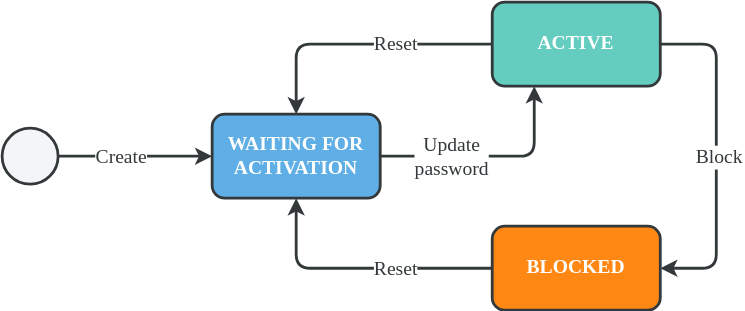
This is doc/modules/working_principles/assets/images/authentication_state_flow.svg from Blickfeld/blickfeld-qb2, a draw.io export, as it was before one commit. Source tidied: cells renumbered, new cells last; positions are measured from the earlier drawing's top-left corner, leaving out a move shared by most shapes.
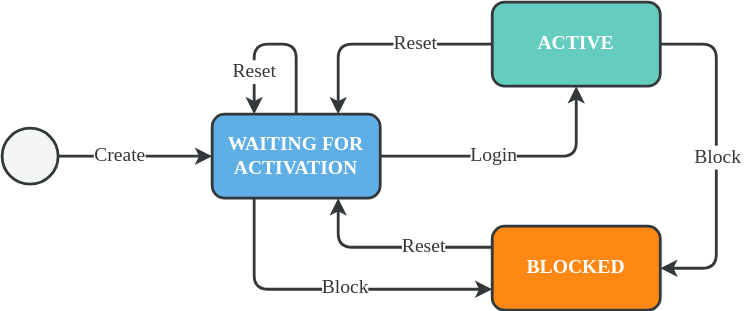
After the commit.

The edit, as a diff of the source:
```diff
@@ -2,7 +2,7 @@
   <root>
     <mxCell id="0" />
     <mxCell id="1" parent="0" />
-    <mxCell id="2" style="edgeStyle=orthogonalEdgeStyle;rounded=1;jettySize=auto;html=1;entryX=0.5;entryY=0;entryDx=0;entryDy=0;strokeColor=#33383A;strokeWidth=2;fontFamily=Montserrat;fontSize=14;fillColor=#F4F5F6;" parent="1" edge="1" source="6" target="9">
+    <mxCell id="2" style="edgeStyle=orthogonalEdgeStyle;rounded=1;jettySize=auto;html=1;entryX=0.75;entryY=0;entryDx=0;entryDy=0;strokeColor=#33383A;strokeWidth=2;fontFamily=Montserrat;fontSize=14;fillColor=#F4F5F6;" parent="1" edge="1" source="6" target="9">
       <mxGeometry relative="1" as="geometry" />
     </mxCell>
     <mxCell id="3" value="Reset" style="edgeLabel;html=1;align=center;verticalAlign=middle;fontSize=14;fontFamily=Montserrat;fontColor=#33383A;spacingLeft=2;spacingRight=2;spacingTop=2;spacingBottom=2;" parent="2" vertex="1">
@@ -26,18 +26,26 @@
     <mxCell id="6" value="&lt;font style=&quot;font-size: 14px;&quot;&gt;&lt;b&gt;ACTIVE&lt;/b&gt;&lt;/font&gt;" style="rounded=1;whiteSpace=wrap;html=1;strokeColor=#33383A;strokeWidth=2;fontFamily=Montserrat;fontColor=#FFFFFF;fillColor=#64CDBF;" parent="1" vertex="1">
       <mxGeometry x="350" width="120" height="60" as="geometry" />
     </mxCell>
-    <mxCell id="7" style="edgeStyle=orthogonalEdgeStyle;rounded=1;jettySize=auto;html=1;exitX=1;exitY=0.5;exitDx=0;exitDy=0;entryX=0.25;entryY=1;entryDx=0;entryDy=0;strokeColor=#33383A;strokeWidth=2;fontFamily=Montserrat;fontSize=14;fillColor=#F4F5F6;" parent="1" edge="1" source="9" target="6">
+    <mxCell id="7" style="edgeStyle=orthogonalEdgeStyle;rounded=1;jettySize=auto;html=1;exitX=1;exitY=0.5;exitDx=0;exitDy=0;strokeColor=#33383A;strokeWidth=2;fontFamily=Montserrat;fontSize=14;fillColor=#F4F5F6;" parent="1" edge="1" source="9" target="6">
       <mxGeometry relative="1" as="geometry" />
     </mxCell>
-    <mxCell id="8" value="Update&lt;br&gt;password" style="edgeLabel;html=1;align=center;verticalAlign=middle;fontSize=14;fontFamily=Montserrat;fontColor=#33383A;spacingLeft=2;spacingRight=2;spacingTop=2;spacingBottom=2;" parent="7" vertex="1">
+    <mxCell id="8" value="Login" style="edgeLabel;html=1;align=center;verticalAlign=middle;fontSize=14;fontFamily=Montserrat;fontColor=#33383A;spacingLeft=2;spacingRight=2;spacingTop=2;spacingBottom=2;" parent="7" vertex="1">
       <mxGeometry x="-0.59" y="1" relative="1" as="geometry">
-        <mxPoint x="17" y="1" as="offset" />
+        <mxPoint x="41" y="1" as="offset" />
       </mxGeometry>
     </mxCell>
+    <mxCell id="16" style="edgeStyle=orthogonalEdgeStyle;rounded=1;jettySize=auto;html=1;exitX=0.25;exitY=1;exitDx=0;exitDy=0;entryX=0;entryY=0.75;entryDx=0;entryDy=0;strokeColor=#33383A;strokeWidth=2;fontFamily=Montserrat;fillColor=#F4F5F6;" parent="1" edge="1" source="9" target="12">
+      <mxGeometry relative="1" as="geometry" />
+    </mxCell>
+    <mxCell id="17" value="Block" style="edgeLabel;html=1;align=center;verticalAlign=middle;fontFamily=Montserrat;fontColor=#33383A;fontSize=14;" parent="16" vertex="1">
+      <mxGeometry x="0.02" y="-3" relative="1" as="geometry">
+        <mxPoint x="10" y="-4" as="offset" />
+      </mxGeometry>
+    </mxCell>
     <mxCell id="9" value="&lt;font style=&quot;font-size: 14px;&quot;&gt;&lt;b&gt;WAITING FOR ACTIVATION&lt;/b&gt;&lt;/font&gt;" style="rounded=1;whiteSpace=wrap;html=1;strokeColor=#33383A;strokeWidth=2;fontFamily=Montserrat;fontColor=#FFFFFF;fillColor=#5FAFE6;" parent="1" vertex="1">
       <mxGeometry x="150" y="80" width="120" height="60" as="geometry" />
     </mxCell>
-    <mxCell id="10" style="edgeStyle=orthogonalEdgeStyle;rounded=1;jettySize=auto;html=1;exitX=0;exitY=0.5;exitDx=0;exitDy=0;entryX=0.5;entryY=1;entryDx=0;entryDy=0;strokeColor=#33383A;strokeWidth=2;fontFamily=Montserrat;fontSize=14;fillColor=#F4F5F6;" parent="1" edge="1" source="12" target="9">
+    <mxCell id="10" style="edgeStyle=orthogonalEdgeStyle;rounded=1;jettySize=auto;html=1;exitX=0;exitY=0.25;exitDx=0;exitDy=0;entryX=0.75;entryY=1;entryDx=0;entryDy=0;strokeColor=#33383A;strokeWidth=2;fontFamily=Montserrat;fontSize=14;fillColor=#F4F5F6;" parent="1" edge="1" source="12" target="9">
       <mxGeometry relative="1" as="geometry" />
     </mxCell>
     <mxCell id="11" value="Reset" style="edgeLabel;html=1;align=center;verticalAlign=middle;fontSize=14;fontFamily=Montserrat;fontColor=#33383A;spacingLeft=2;spacingRight=2;spacingTop=2;spacingBottom=2;" parent="10" vertex="1">
@@ -63,5 +71,18 @@
     <mxCell id="15" style="ellipse;whiteSpace=wrap;html=1;strokeColor=#33383A;strokeWidth=2;fontFamily=Montserrat;fontSize=14;fontColor=#33383A;fillColor=#F4F5F6;" parent="1" vertex="1">
       <mxGeometry y="90" width="40" height="40" as="geometry" />
     </mxCell>
+    <mxCell id="18" style="edgeStyle=orthogonalEdgeStyle;rounded=1;orthogonalLoop=1;jettySize=auto;html=1;exitX=0.25;exitY=0;exitDx=0;exitDy=0;entryX=0.5;entryY=0;entryDx=0;entryDy=0;strokeColor=#33383A;strokeWidth=2;fontFamily=Montserrat;fontSize=14;fillColor=#F4F5F6;startArrow=classic;startFill=1;endArrow=none;endFill=0;" parent="1" edge="1" source="9" target="9">
+      <mxGeometry relative="1" as="geometry">
+        <Array as="points">
+          <mxPoint x="180" y="30" />
+          <mxPoint x="210" y="30" />
+        </Array>
+      </mxGeometry>
+    </mxCell>
+    <mxCell id="19" value="Reset" style="edgeLabel;html=1;align=center;verticalAlign=middle;fontSize=14;fontFamily=Montserrat;fontColor=#33383A;" parent="18" vertex="1">
+      <mxGeometry x="-0.52" relative="1" as="geometry">
+        <mxPoint y="1" as="offset" />
+      </mxGeometry>
+    </mxCell>
   </root>
 </mxGraphModel>
```
